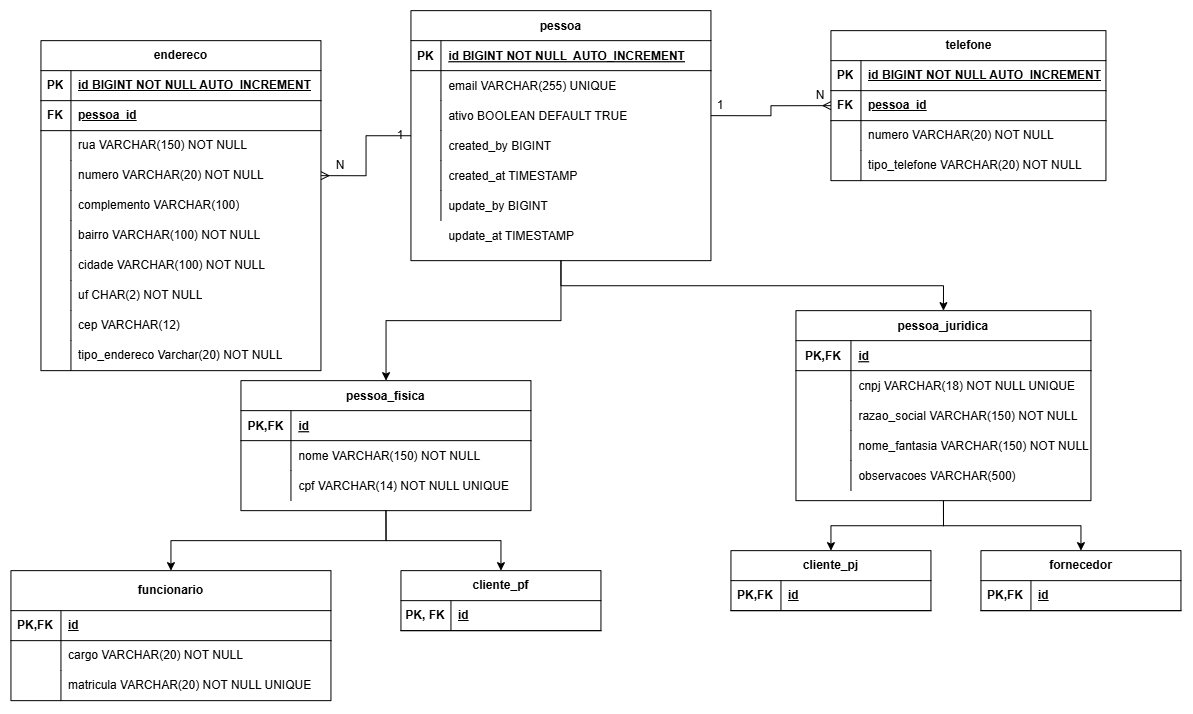
The draw.io diagram docs/modelo-relacional/ENTIDADE-RELACIONAL-PESSOA.drawio.png in henriqueValgas/oficina-mecanica-api, before a commit. Source tidied: cells renumbered, new cells last; positions are measured from the earlier drawing's top-left corner, leaving out a move shared by most shapes.
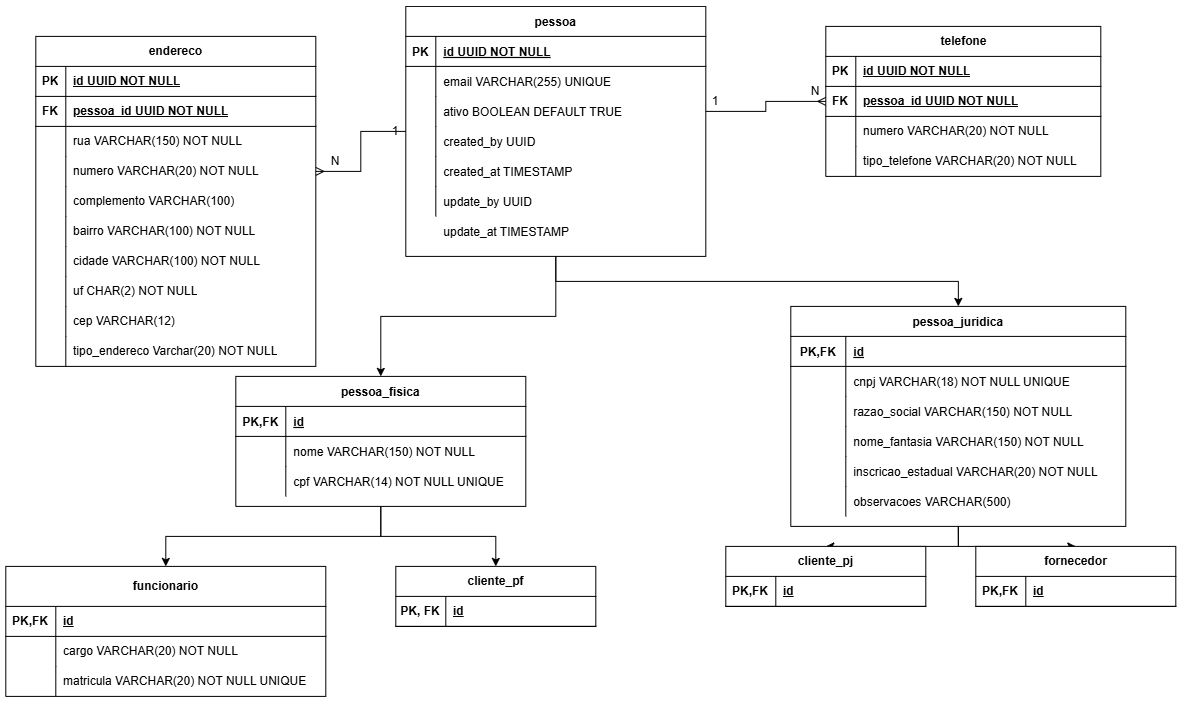
After the change.

Commit message:
docs: finalizado correcoes em entidade relacional e diagramas de classe

Diff of the diagram source:
```diff
@@ -45,52 +45,61 @@
       <mxGeometry relative="1" as="geometry" />
     </mxCell>
     <mxCell id="16" value="pessoa_juridica" style="shape=table;startSize=30;rowLines=0;fontStyle=1;align=center;" parent="1" vertex="1">
-      <mxGeometry x="785" y="300" width="295" height="190" as="geometry" />
+      <mxGeometry x="785" y="300" width="335" height="220" as="geometry" />
     </mxCell>
     <mxCell id="17" style="shape=partialRectangle;fillColor=none;top=0;left=0;right=0;bottom=1;" parent="16" vertex="1">
-      <mxGeometry y="30" width="295" height="30" as="geometry" />
+      <mxGeometry y="30" width="335" height="30" as="geometry" />
     </mxCell>
     <mxCell id="18" value="PK,FK" style="shape=partialRectangle;overflow=hidden;fillColor=none;top=0;left=0;bottom=0;right=0;fontStyle=1;" parent="17" vertex="1">
       <mxGeometry width="55" height="30" as="geometry" />
     </mxCell>
     <mxCell id="19" value="id" style="shape=partialRectangle;overflow=hidden;fillColor=none;top=0;left=0;bottom=0;right=0;align=left;spacingLeft=6;fontStyle=5;" parent="17" vertex="1">
-      <mxGeometry x="55" width="240" height="30" as="geometry" />
+      <mxGeometry x="55" width="280" height="30" as="geometry" />
     </mxCell>
     <mxCell id="20" style="shape=partialRectangle;fillColor=none;top=0;left=0;right=0;bottom=0;" parent="16" vertex="1">
-      <mxGeometry y="60" width="295" height="30" as="geometry" />
+      <mxGeometry y="60" width="335" height="30" as="geometry" />
     </mxCell>
     <mxCell id="21" style="shape=partialRectangle;overflow=hidden;fillColor=none;top=0;left=0;bottom=0;right=0;" parent="20" vertex="1">
       <mxGeometry width="55" height="30" as="geometry" />
     </mxCell>
     <mxCell id="22" value="cnpj VARCHAR(18) NOT NULL UNIQUE" style="shape=partialRectangle;overflow=hidden;fillColor=none;top=0;left=0;bottom=0;right=0;align=left;spacingLeft=6;" parent="20" vertex="1">
-      <mxGeometry x="55" width="240" height="30" as="geometry" />
+      <mxGeometry x="55" width="280" height="30" as="geometry" />
     </mxCell>
     <mxCell id="23" style="shape=partialRectangle;fillColor=none;top=0;left=0;right=0;bottom=0;" parent="16" vertex="1">
-      <mxGeometry y="90" width="295" height="30" as="geometry" />
+      <mxGeometry y="90" width="335" height="30" as="geometry" />
     </mxCell>
     <mxCell id="24" style="shape=partialRectangle;overflow=hidden;fillColor=none;top=0;left=0;bottom=0;right=0;" parent="23" vertex="1">
       <mxGeometry width="55" height="30" as="geometry" />
     </mxCell>
     <mxCell id="25" value="razao_social VARCHAR(150) NOT NULL" style="shape=partialRectangle;overflow=hidden;fillColor=none;top=0;left=0;bottom=0;right=0;align=left;spacingLeft=6;" parent="23" vertex="1">
-      <mxGeometry x="55" width="240" height="30" as="geometry" />
+      <mxGeometry x="55" width="280" height="30" as="geometry" />
     </mxCell>
     <mxCell id="26" style="shape=partialRectangle;fillColor=none;top=0;left=0;right=0;bottom=0;" parent="16" vertex="1">
-      <mxGeometry y="120" width="295" height="30" as="geometry" />
+      <mxGeometry y="120" width="335" height="30" as="geometry" />
     </mxCell>
     <mxCell id="27" style="shape=partialRectangle;overflow=hidden;fillColor=none;top=0;left=0;bottom=0;right=0;" parent="26" vertex="1">
       <mxGeometry width="55" height="30" as="geometry" />
     </mxCell>
     <mxCell id="28" value="nome_fantasia VARCHAR(150) NOT NULL" style="shape=partialRectangle;overflow=hidden;fillColor=none;top=0;left=0;bottom=0;right=0;align=left;spacingLeft=6;" parent="26" vertex="1">
-      <mxGeometry x="55" width="240" height="30" as="geometry" />
+      <mxGeometry x="55" width="280" height="30" as="geometry" />
     </mxCell>
+    <mxCell id="128" style="shape=partialRectangle;fillColor=none;top=0;left=0;right=0;bottom=0;" parent="16" vertex="1">
+      <mxGeometry y="150" width="335" height="30" as="geometry" />
+    </mxCell>
+    <mxCell id="129" style="shape=partialRectangle;overflow=hidden;fillColor=none;top=0;left=0;bottom=0;right=0;" parent="128" vertex="1">
+      <mxGeometry width="55" height="30" as="geometry" />
+    </mxCell>
+    <mxCell id="130" value="inscricao_estadual VARCHAR(20) NOT NULL" style="shape=partialRectangle;overflow=hidden;fillColor=none;top=0;left=0;bottom=0;right=0;align=left;spacingLeft=6;" parent="128" vertex="1">
+      <mxGeometry x="55" width="280" height="30" as="geometry" />
+    </mxCell>
     <mxCell id="29" style="shape=partialRectangle;fillColor=none;top=0;left=0;right=0;bottom=0;" parent="16" vertex="1">
-      <mxGeometry y="150" width="295" height="30" as="geometry" />
+      <mxGeometry y="180" width="335" height="30" as="geometry" />
     </mxCell>
     <mxCell id="30" style="shape=partialRectangle;overflow=hidden;fillColor=none;top=0;left=0;bottom=0;right=0;" parent="29" vertex="1">
       <mxGeometry width="55" height="30" as="geometry" />
     </mxCell>
     <mxCell id="31" value="observacoes VARCHAR(500)" style="shape=partialRectangle;overflow=hidden;fillColor=none;top=0;left=0;bottom=0;right=0;align=left;spacingLeft=6;" parent="29" vertex="1">
-      <mxGeometry x="55" width="240" height="30" as="geometry" />
+      <mxGeometry x="55" width="280" height="30" as="geometry" />
     </mxCell>
     <mxCell id="32" style="edgeStyle=orthogonalEdgeStyle;rounded=0;jettySize=auto;html=1;endArrow=ERmany;endFill=0;entryX=1;entryY=0.5;entryDx=0;entryDy=0;" parent="1" edge="1" source="35" target="77">
       <mxGeometry relative="1" as="geometry" />
@@ -110,7 +119,7 @@
     <mxCell id="37" value="PK" style="shape=partialRectangle;overflow=hidden;fillColor=none;top=0;left=0;bottom=0;right=0;fontStyle=1;" parent="36" vertex="1">
       <mxGeometry width="30" height="30" as="geometry" />
     </mxCell>
-    <mxCell id="38" value="id BIGINT NOT NULL  AUTO_INCREMENT" style="shape=partialRectangle;overflow=hidden;fillColor=none;top=0;left=0;bottom=0;right=0;align=left;spacingLeft=6;fontStyle=5;" parent="36" vertex="1">
+    <mxCell id="38" value="id UUID NOT NULL" style="shape=partialRectangle;overflow=hidden;fillColor=none;top=0;left=0;bottom=0;right=0;align=left;spacingLeft=6;fontStyle=5;" parent="36" vertex="1">
       <mxGeometry x="30" width="270" height="30" as="geometry" />
     </mxCell>
     <mxCell id="39" style="shape=partialRectangle;fillColor=none;top=0;left=0;right=0;bottom=0;" parent="35" vertex="1">
@@ -137,7 +146,7 @@
     <mxCell id="46" style="shape=partialRectangle;overflow=hidden;fillColor=none;top=0;left=0;bottom=0;right=0;" parent="45" vertex="1">
       <mxGeometry width="30" height="30" as="geometry" />
     </mxCell>
-    <mxCell id="47" value="created_by BIGINT" style="shape=partialRectangle;overflow=hidden;fillColor=none;top=0;left=0;bottom=0;right=0;align=left;spacingLeft=6;" parent="45" vertex="1">
+    <mxCell id="47" value="created_by UUID" style="shape=partialRectangle;overflow=hidden;fillColor=none;top=0;left=0;bottom=0;right=0;align=left;spacingLeft=6;" parent="45" vertex="1">
       <mxGeometry x="30" width="270" height="30" as="geometry" />
     </mxCell>
     <mxCell id="48" style="shape=partialRectangle;fillColor=none;top=0;left=0;right=0;bottom=0;" parent="35" vertex="1">
@@ -155,7 +164,7 @@
     <mxCell id="52" style="shape=partialRectangle;overflow=hidden;fillColor=none;top=0;left=0;bottom=0;right=0;" parent="51" vertex="1">
       <mxGeometry width="30" height="30" as="geometry" />
     </mxCell>
-    <mxCell id="53" value="update_by BIGINT" style="shape=partialRectangle;overflow=hidden;fillColor=none;top=0;left=0;bottom=0;right=0;align=left;spacingLeft=6;" parent="51" vertex="1">
+    <mxCell id="53" value="update_by UUID" style="shape=partialRectangle;overflow=hidden;fillColor=none;top=0;left=0;bottom=0;right=0;align=left;spacingLeft=6;" parent="51" vertex="1">
       <mxGeometry x="30" width="270" height="30" as="geometry" />
     </mxCell>
     <mxCell id="54" value="telefone" style="shape=table;startSize=30;rowLines=0;fontStyle=1;align=center;html=1;" parent="1" vertex="1">
@@ -167,7 +176,7 @@
     <mxCell id="56" value="PK" style="shape=partialRectangle;fillColor=none;top=0;left=0;bottom=0;right=0;fontStyle=1;overflow=hidden;whiteSpace=wrap;html=1;" parent="55" vertex="1">
       <mxGeometry width="30" height="30" as="geometry" />
     </mxCell>
-    <mxCell id="57" value="id BIGINT NOT NULL AUTO_INCREMENT" style="shape=partialRectangle;fillColor=none;top=0;left=0;bottom=0;right=0;align=left;spacingLeft=6;fontStyle=5;overflow=hidden;whiteSpace=wrap;html=1;" parent="55" vertex="1">
+    <mxCell id="57" value="id UUID NOT NULL" style="shape=partialRectangle;fillColor=none;top=0;left=0;bottom=0;right=0;align=left;spacingLeft=6;fontStyle=5;overflow=hidden;whiteSpace=wrap;html=1;" parent="55" vertex="1">
       <mxGeometry x="30" width="245" height="30" as="geometry" />
     </mxCell>
     <mxCell id="58" style="shape=tableRow;horizontal=0;startSize=0;swimlaneHead=0;swimlaneBody=0;fillColor=none;points=[[0,0.5],[1,0.5]];portConstraint=eastwest;top=0;left=0;right=0;bottom=1;" parent="54" vertex="1">
@@ -176,7 +185,7 @@
     <mxCell id="59" value="FK" style="shape=partialRectangle;fillColor=none;top=0;left=0;bottom=0;right=0;fontStyle=1;overflow=hidden;whiteSpace=wrap;html=1;" parent="58" vertex="1">
       <mxGeometry width="30" height="30" as="geometry" />
     </mxCell>
-    <mxCell id="60" value="pessoa_id" style="shape=partialRectangle;fillColor=none;top=0;left=0;bottom=0;right=0;align=left;spacingLeft=6;fontStyle=5;overflow=hidden;whiteSpace=wrap;html=1;" parent="58" vertex="1">
+    <mxCell id="60" value="pessoa_id UUID NOT NULL" style="shape=partialRectangle;fillColor=none;top=0;left=0;bottom=0;right=0;align=left;spacingLeft=6;fontStyle=5;overflow=hidden;whiteSpace=wrap;html=1;" parent="58" vertex="1">
       <mxGeometry x="30" width="245" height="30" as="geometry" />
     </mxCell>
     <mxCell id="61" style="shape=tableRow;horizontal=0;startSize=0;swimlaneHead=0;swimlaneBody=0;fillColor=none;top=0;left=0;right=0;bottom=0;" parent="54" vertex="1">
@@ -206,7 +215,7 @@
     <mxCell id="69" value="PK" style="shape=partialRectangle;fillColor=none;top=0;left=0;bottom=0;right=0;fontStyle=1;overflow=hidden;whiteSpace=wrap;html=1;" parent="68" vertex="1">
       <mxGeometry width="30" height="30" as="geometry" />
     </mxCell>
-    <mxCell id="70" value="id BIGINT NOT NULL AUTO_INCREMENT" style="shape=partialRectangle;fillColor=none;top=0;left=0;bottom=0;right=0;align=left;spacingLeft=6;fontStyle=5;overflow=hidden;whiteSpace=wrap;html=1;" parent="68" vertex="1">
+    <mxCell id="70" value="id UUID NOT NULL" style="shape=partialRectangle;fillColor=none;top=0;left=0;bottom=0;right=0;align=left;spacingLeft=6;fontStyle=5;overflow=hidden;whiteSpace=wrap;html=1;" parent="68" vertex="1">
       <mxGeometry x="30" width="250" height="30" as="geometry" />
     </mxCell>
     <mxCell id="71" style="shape=tableRow;horizontal=0;startSize=0;swimlaneHead=0;swimlaneBody=0;fillColor=none;top=0;left=0;right=0;bottom=1;" parent="67" vertex="1">
@@ -215,7 +224,7 @@
     <mxCell id="72" value="FK" style="shape=partialRectangle;fillColor=none;top=0;left=0;bottom=0;right=0;fontStyle=1;overflow=hidden;whiteSpace=wrap;html=1;" parent="71" vertex="1">
       <mxGeometry width="30" height="30" as="geometry" />
     </mxCell>
-    <mxCell id="73" value="pessoa_id" style="shape=partialRectangle;fillColor=none;top=0;left=0;bottom=0;right=0;align=left;spacingLeft=6;fontStyle=5;overflow=hidden;whiteSpace=wrap;html=1;" parent="71" vertex="1">
+    <mxCell id="73" value="pessoa_id UUID NOT NULL" style="shape=partialRectangle;fillColor=none;top=0;left=0;bottom=0;right=0;align=left;spacingLeft=6;fontStyle=5;overflow=hidden;whiteSpace=wrap;html=1;" parent="71" vertex="1">
       <mxGeometry x="30" width="250" height="30" as="geometry" />
     </mxCell>
     <mxCell id="74" style="shape=tableRow;horizontal=0;startSize=0;swimlaneHead=0;swimlaneBody=0;fillColor=none;top=0;left=0;right=0;bottom=0;" parent="67" vertex="1">
```
